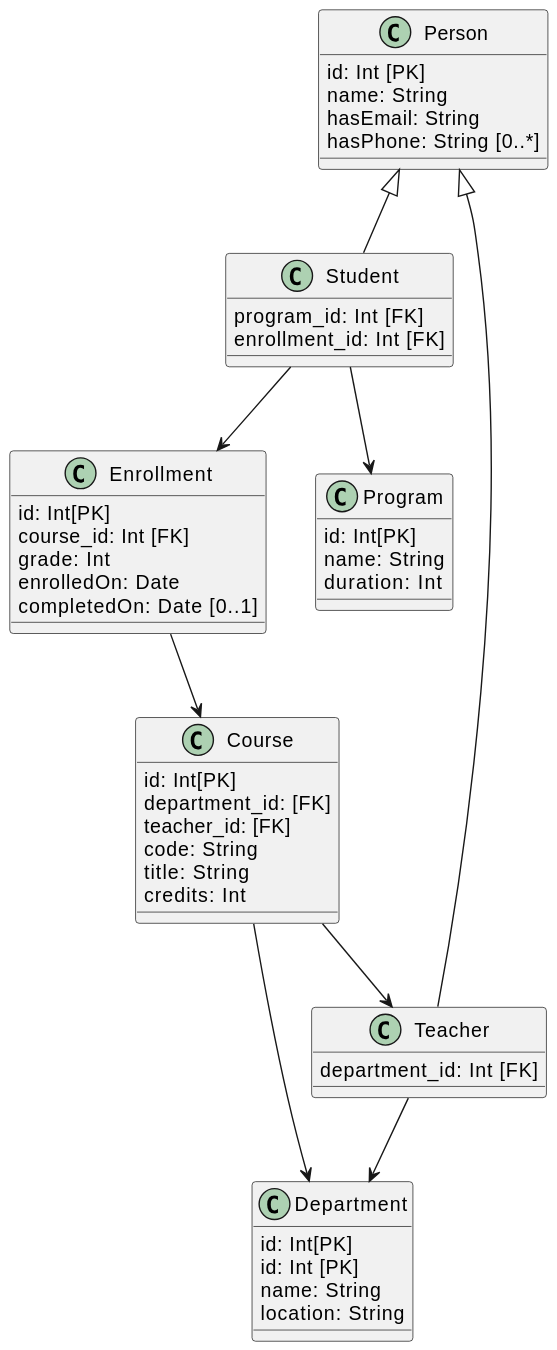
Earlier version of the PlantUML export HW4/4/model/relational.svg (MarkSeliverstov/NPRG036-data-formats).
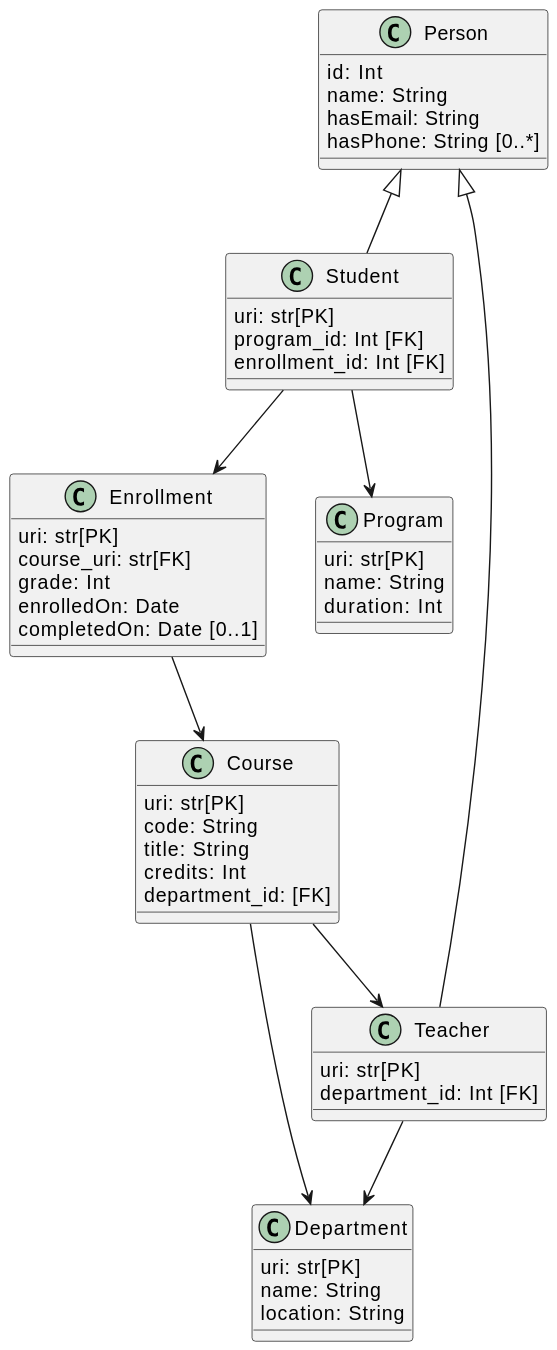
The same diagram one commit later.

Diff of the diagram source:
```diff
@@ -1,46 +1,46 @@
 @startuml
 class Person {
-  id: Int [PK]
+  id: Int
   name: String
   hasEmail: String
   hasPhone: String [0..*]
 }
 
 class Student {
+  uri: str[PK]
   program_id: Int [FK]
   enrollment_id: Int [FK]
 }
 
 class Teacher {
+  uri: str[PK]
   department_id: Int [FK]
 }
 
 class Course {
-  id: Int[PK]
-  department_id: [FK]
-  teacher_id: [FK]
+  uri: str[PK]
   code: String
   title: String
   credits: Int
+  department_id: [FK]
 }
 
 class Enrollment {
-  id: Int[PK]
-  course_id: Int [FK]
+  uri: str[PK]
+  course_uri: str[FK]
   grade: Int
   enrolledOn: Date
   completedOn: Date [0..1]
 }
 
 class Department {
-  id: Int[PK]
-  id: Int [PK]
+  uri: str[PK]
   name: String
   location: String
 }
 
 class Program {
-  id: Int[PK]
+  uri: str[PK]
   name: String
   duration: Int
 }
```
